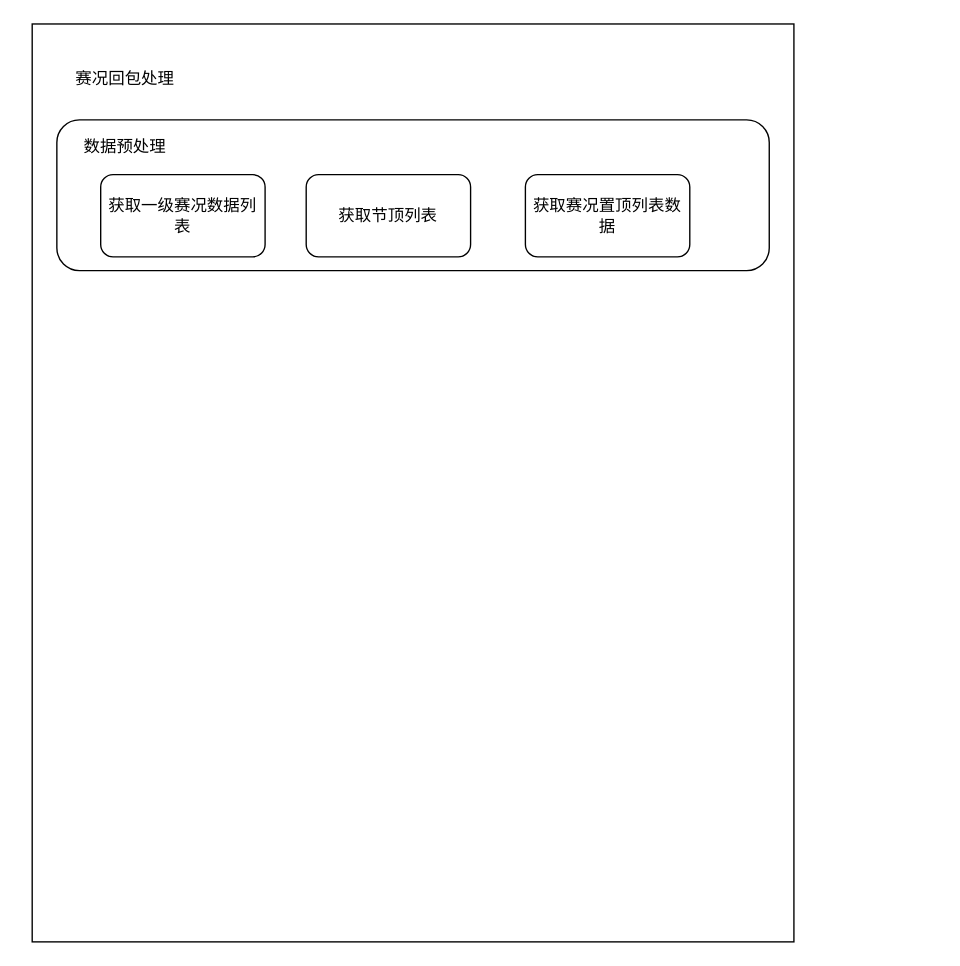
This is Untitled Diagram.drawio from SGZoom/leetcode, a draw.io file, before an edit. Source tidied: cells renumbered, new cells numbered last; positions are measured from the earlier drawing's top-left corner, leaving out a move shared by most shapes. Both pictures are drawn from the tidied source at 137%, with x=0, y=0 at pixel (23, 23).
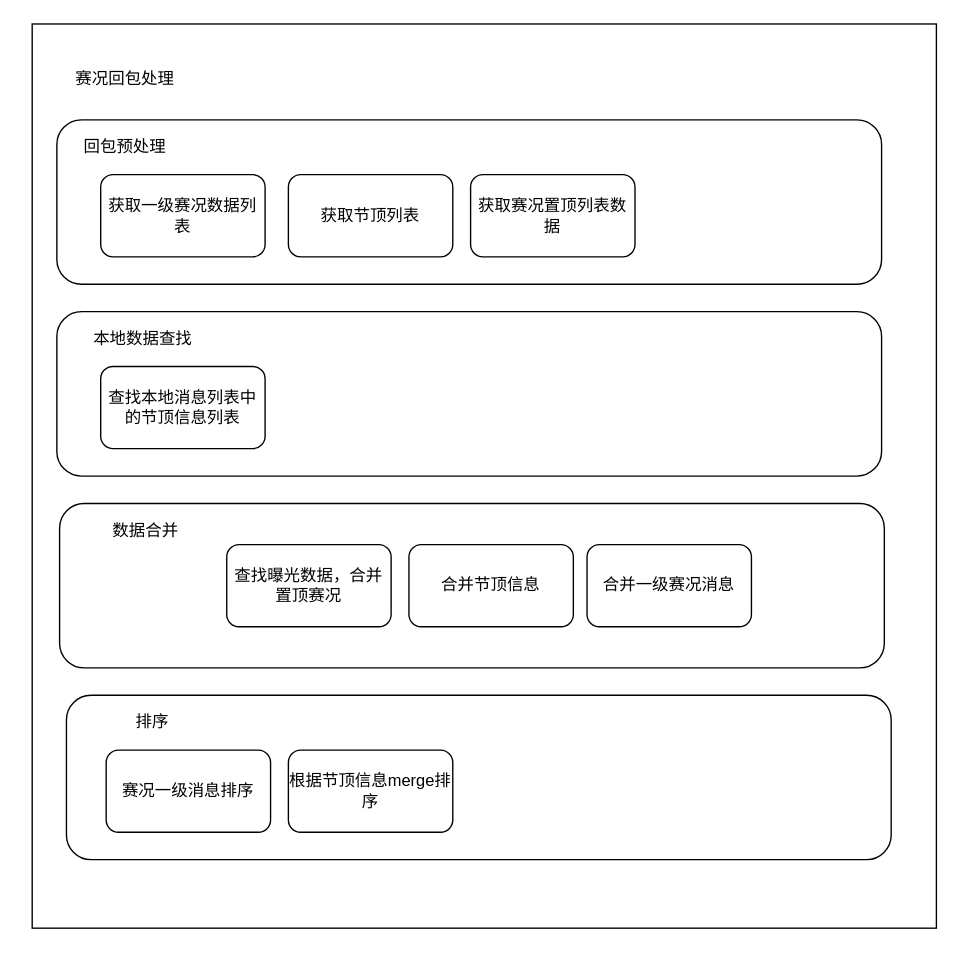
After the change.

Change to the diagram source:
```diff
@@
     <mxCell id="2" style="rounded=0;whiteSpace=wrap;html=1;" parent="1" vertex="1">
-      <mxGeometry x="6" width="556" height="670" as="geometry" />
+      <mxGeometry x="6" width="660" height="660" as="geometry" />
     </mxCell>
@@
     <mxCell id="4" style="rounded=1;whiteSpace=wrap;html=1;" parent="1" vertex="1">
-      <mxGeometry x="24" y="70" width="520" height="110" as="geometry" />
+      <mxGeometry x="24" y="70" width="602" height="120" as="geometry" />
     </mxCell>
-    <mxCell id="5" value="数据预处理" style="text;html=1;strokeColor=none;fillColor=none;align=center;verticalAlign=middle;whiteSpace=wrap;rounded=0;" parent="1" vertex="1">
+    <mxCell id="5" value="回包预处理" style="text;html=1;strokeColor=none;fillColor=none;align=center;verticalAlign=middle;whiteSpace=wrap;rounded=0;" parent="1" vertex="1">
       <mxGeometry x="38" y="80" width="72" height="20" as="geometry" />
     </mxCell>
@@
     <mxCell id="7" value="获取节顶列表" style="rounded=1;whiteSpace=wrap;html=1;" parent="1" vertex="1">
-      <mxGeometry x="206" y="110" width="120" height="60" as="geometry" />
+      <mxGeometry x="193" y="110" width="120" height="60" as="geometry" />
     </mxCell>
     <mxCell id="8" value="获取赛况置顶列表数据" style="rounded=1;whiteSpace=wrap;html=1;" parent="1" vertex="1">
-      <mxGeometry x="366" y="110" width="120" height="60" as="geometry" />
+      <mxGeometry x="326" y="110" width="120" height="60" as="geometry" />
     </mxCell>
+    <mxCell id="9" style="rounded=1;whiteSpace=wrap;html=1;" parent="1" vertex="1">
+      <mxGeometry x="24" y="210" width="602" height="120" as="geometry" />
+    </mxCell>
+    <mxCell id="10" value="本地数据查找" style="text;html=1;strokeColor=none;fillColor=none;align=center;verticalAlign=middle;whiteSpace=wrap;rounded=0;" parent="1" vertex="1">
+      <mxGeometry x="38" y="220" width="98" height="20" as="geometry" />
+    </mxCell>
+    <mxCell id="11" value="查找本地消息列表中的节顶信息列表" style="rounded=1;whiteSpace=wrap;html=1;" parent="1" vertex="1">
+      <mxGeometry x="56" y="250" width="120" height="60" as="geometry" />
+    </mxCell>
+    <mxCell id="12" style="rounded=1;whiteSpace=wrap;html=1;" parent="1" vertex="1">
+      <mxGeometry x="26" y="350" width="602" height="120" as="geometry" />
+    </mxCell>
+    <mxCell id="13" value="数据合并" style="text;html=1;strokeColor=none;fillColor=none;align=center;verticalAlign=middle;whiteSpace=wrap;rounded=0;" parent="1" vertex="1">
+      <mxGeometry x="40" y="360" width="98" height="20" as="geometry" />
+    </mxCell>
+    <mxCell id="14" value="合并节顶信息" style="rounded=1;whiteSpace=wrap;html=1;" parent="1" vertex="1">
+      <mxGeometry x="281" y="380" width="120" height="60" as="geometry" />
+    </mxCell>
+    <mxCell id="15" value="合并一级赛况消息" style="rounded=1;whiteSpace=wrap;html=1;" parent="1" vertex="1">
+      <mxGeometry x="411" y="380" width="120" height="60" as="geometry" />
+    </mxCell>
+    <mxCell id="16" style="rounded=1;whiteSpace=wrap;html=1;" parent="1" vertex="1">
+      <mxGeometry x="31" y="490" width="602" height="120" as="geometry" />
+    </mxCell>
+    <mxCell id="17" value="排序" style="text;html=1;strokeColor=none;fillColor=none;align=center;verticalAlign=middle;whiteSpace=wrap;rounded=0;" parent="1" vertex="1">
+      <mxGeometry x="45" y="500" width="98" height="20" as="geometry" />
+    </mxCell>
+    <mxCell id="18" value="赛况一级消息排序" style="rounded=1;whiteSpace=wrap;html=1;" parent="1" vertex="1">
+      <mxGeometry x="60" y="530" width="120" height="60" as="geometry" />
+    </mxCell>
+    <mxCell id="19" value="根据节顶信息merge排序" style="rounded=1;whiteSpace=wrap;html=1;" parent="1" vertex="1">
+      <mxGeometry x="193" y="530" width="120" height="60" as="geometry" />
+    </mxCell>
+    <mxCell id="20" value="查找曝光数据，合并置顶赛况" style="rounded=1;whiteSpace=wrap;html=1;" parent="1" vertex="1">
+      <mxGeometry x="148" y="380" width="120" height="60" as="geometry" />
+    </mxCell>
```
